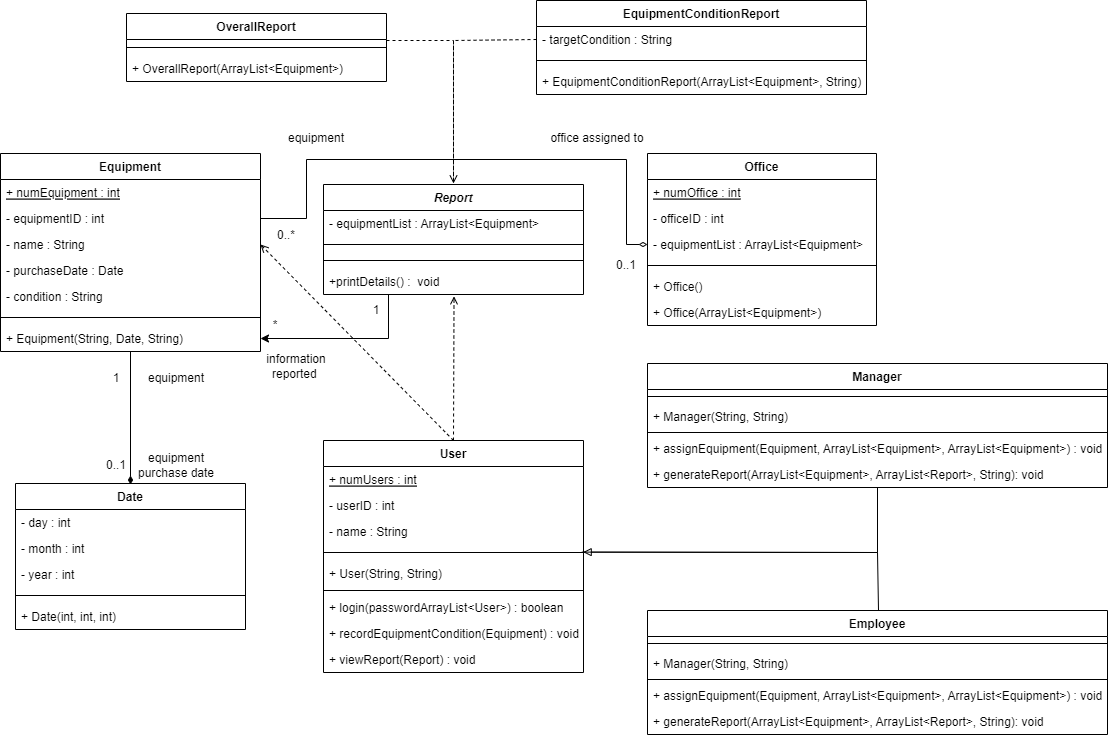
This is UMLS/Class Diagram.drawio.png from KillaDrex/Asset-Acquisition-Monitoring-System, a draw.io export, as it was before one commit. Source tidied: cells renumbered, new cells last; positions are measured from the earlier drawing's top-left corner, leaving out a move shared by most shapes.
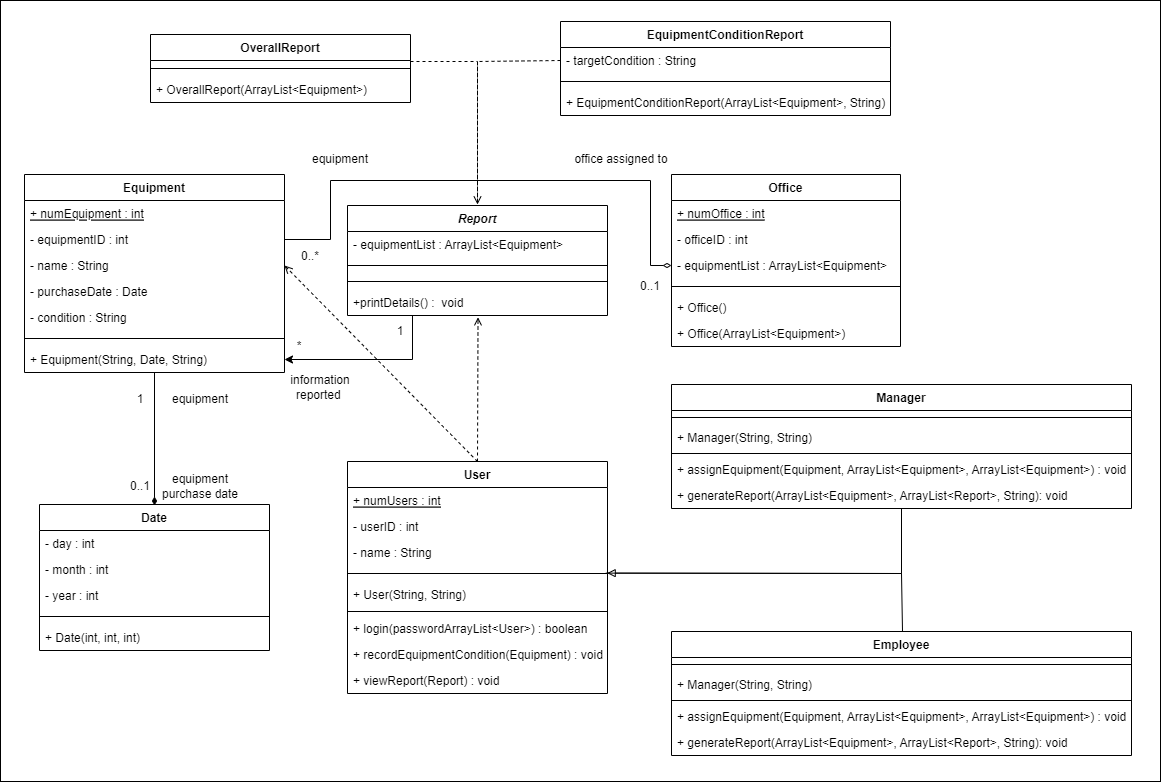
Later version of the same file.

Commit message:
Updated Class Diagram

Diff of the diagram source:
```diff
@@ -2,6 +2,9 @@
   <root>
     <mxCell id="0" />
     <mxCell id="1" parent="0" />
+    <mxCell id="77" style="rounded=0;whiteSpace=wrap;html=1;" parent="1" vertex="1">
+      <mxGeometry x="-24" y="-21" width="1160" height="781" as="geometry" />
+    </mxCell>
     <mxCell id="2" style="edgeStyle=none;rounded=0;jettySize=auto;html=1;exitX=0.5;exitY=0;exitDx=0;exitDy=0;endArrow=open;endFill=0;dashed=1;entryX=0.502;entryY=1.069;entryDx=0;entryDy=0;entryPerimeter=0;" parent="1" edge="1" source="4" target="48">
       <mxGeometry relative="1" as="geometry" />
     </mxCell>
```
